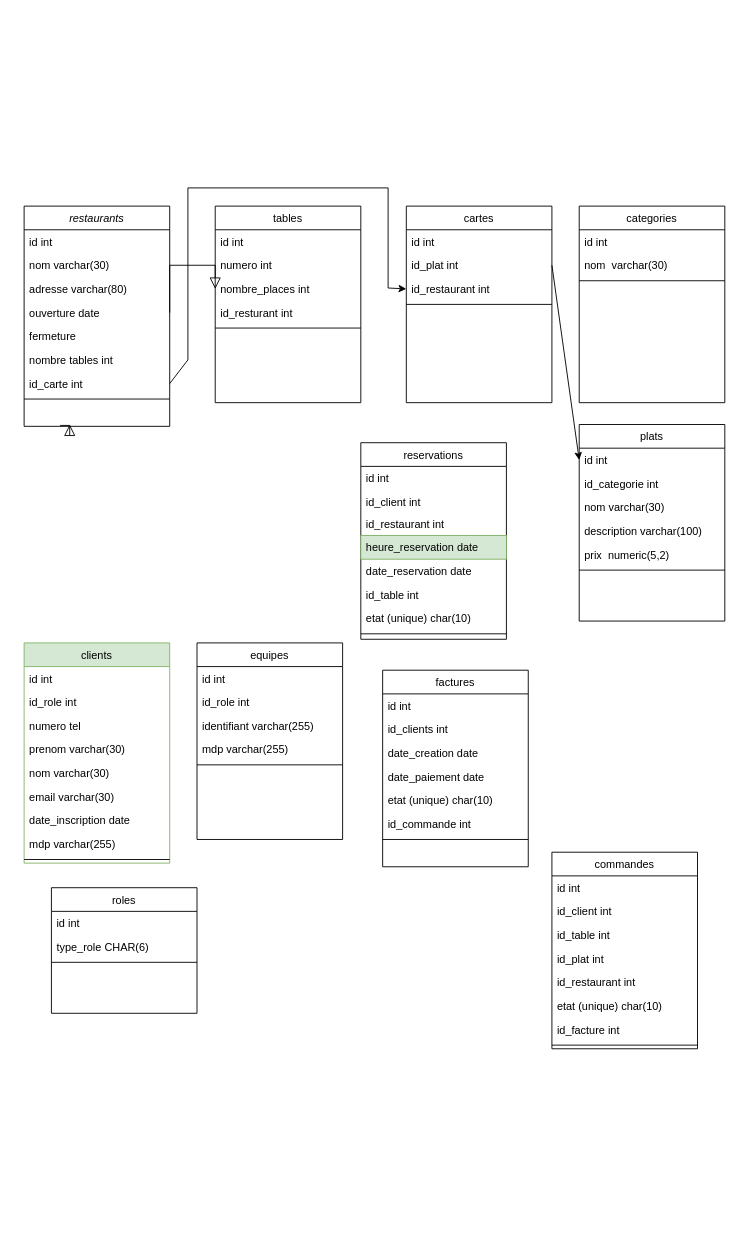
The draw.io diagram TPFilRouge.drawio in Owrow/ProjetFilRouge, before the edit. Source tidied: cells renumbered, new cells numbered last; positions are measured from the earlier drawing's top-left corner, leaving out a move shared by most shapes. Both pictures are drawn from the tidied source at 91%, with x=0, y=0 at pixel (24, 187).
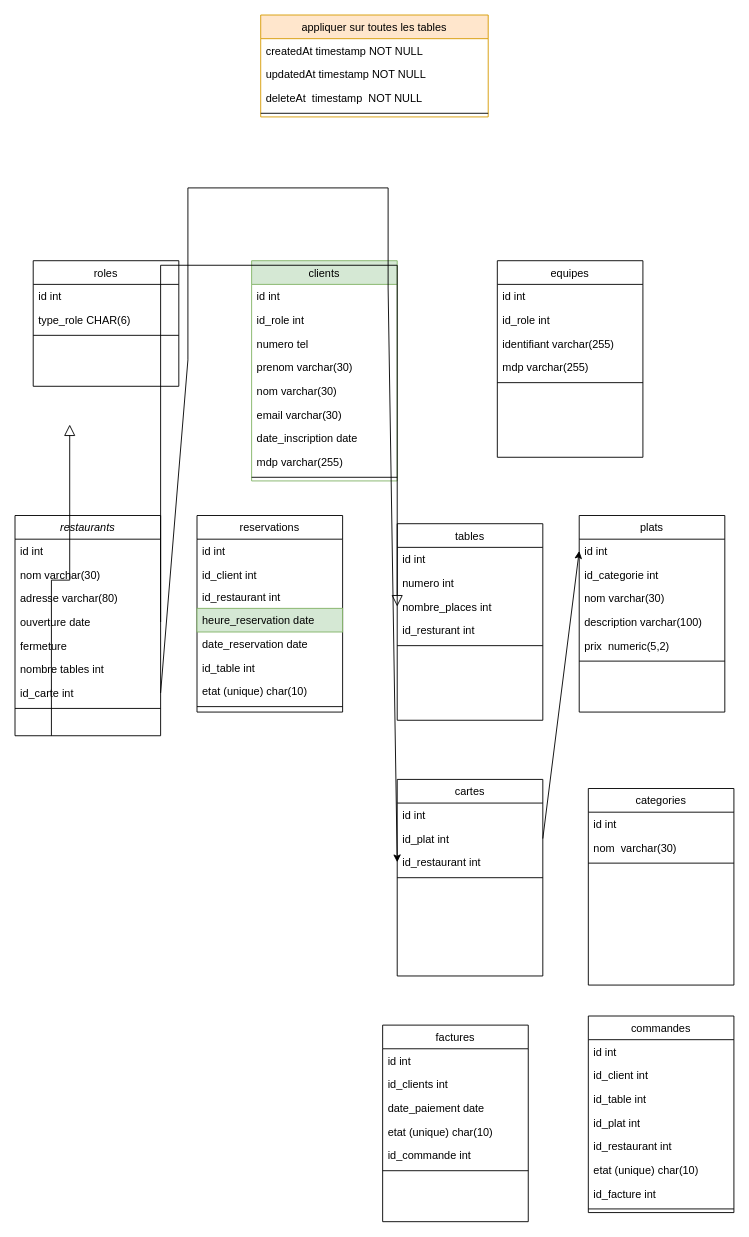
After the change.

Commit message:
Mettre à jour TPFilRouge.drawio

The edit, as a diff of the source:
```diff
@@
     <mxCell id="2" value="restaurants" style="swimlane;fontStyle=2;align=center;verticalAlign=top;horizontal=1;startSize=26;rounded=0;shadow=0;strokeWidth=1;" parent="1" vertex="1">
-      <mxGeometry y="20" width="160" height="242" as="geometry" />
+      <mxGeometry x="-10" y="360" width="160" height="242" as="geometry" />
     </mxCell>
@@
     <mxCell id="12" value="tables" style="swimlane;fontStyle=0;align=center;verticalAlign=top;horizontal=1;startSize=26;rounded=0;shadow=0;strokeWidth=1;" parent="1" vertex="1">
-      <mxGeometry x="210" y="20" width="160" height="216" as="geometry" />
+      <mxGeometry x="410" y="369" width="160" height="216" as="geometry" />
     </mxCell>
@@
     <mxCell id="18" value="cartes" style="swimlane;fontStyle=0;align=center;verticalAlign=top;horizontal=1;startSize=26;rounded=0;shadow=0;strokeWidth=1;" parent="1" vertex="1">
-      <mxGeometry x="420" y="20" width="160" height="216" as="geometry" />
+      <mxGeometry x="410" y="650" width="160" height="216" as="geometry" />
     </mxCell>
@@
     <mxCell id="23" value="categories" style="swimlane;fontStyle=0;align=center;verticalAlign=top;horizontal=1;startSize=26;rounded=0;shadow=0;strokeWidth=1;" parent="1" vertex="1">
-      <mxGeometry x="610" y="20" width="160" height="216" as="geometry" />
+      <mxGeometry x="620" y="660" width="160" height="216" as="geometry" />
     </mxCell>
@@
     <mxCell id="27" value="plats" style="swimlane;fontStyle=0;align=center;verticalAlign=top;horizontal=1;startSize=26;rounded=0;shadow=0;strokeWidth=1;" parent="1" vertex="1">
-      <mxGeometry x="610" y="260" width="160" height="216" as="geometry" />
+      <mxGeometry x="610" y="360" width="160" height="216" as="geometry" />
     </mxCell>
@@
     <mxCell id="34" value="clients" style="swimlane;fontStyle=0;align=center;verticalAlign=top;horizontal=1;startSize=26;rounded=0;shadow=0;strokeWidth=1;fillColor=#d5e8d4;strokeColor=#82b366;" parent="1" vertex="1">
-      <mxGeometry y="500" width="160" height="242" as="geometry" />
+      <mxGeometry x="250" y="80" width="160" height="242" as="geometry" />
     </mxCell>
@@
     <mxCell id="44" value="equipes" style="swimlane;fontStyle=0;align=center;verticalAlign=top;horizontal=1;startSize=26;rounded=0;shadow=0;strokeWidth=1;" parent="1" vertex="1">
-      <mxGeometry x="190" y="500" width="160" height="216" as="geometry" />
+      <mxGeometry x="520" y="80" width="160" height="216" as="geometry" />
     </mxCell>
@@
     <mxCell id="50" value="roles" style="swimlane;fontStyle=0;align=center;verticalAlign=top;horizontal=1;startSize=26;rounded=0;shadow=0;strokeWidth=1;" parent="1" vertex="1">
-      <mxGeometry x="30" y="769" width="160" height="138" as="geometry" />
+      <mxGeometry x="10" y="80" width="160" height="138" as="geometry" />
     </mxCell>
@@
     <mxCell id="54" value="reservations" style="swimlane;fontStyle=0;align=center;verticalAlign=top;horizontal=1;startSize=26;rounded=0;shadow=0;strokeWidth=1;" parent="1" vertex="1">
-      <mxGeometry x="370" y="280" width="160" height="216" as="geometry" />
+      <mxGeometry x="190" y="360" width="160" height="216" as="geometry" />
     </mxCell>
@@
     <mxCell id="63" value="factures" style="swimlane;fontStyle=0;align=center;verticalAlign=top;horizontal=1;startSize=26;rounded=0;shadow=0;strokeWidth=1;" parent="1" vertex="1">
-      <mxGeometry x="394" y="530" width="160" height="216" as="geometry" />
+      <mxGeometry x="394" y="920" width="160" height="216" as="geometry" />
     </mxCell>
@@
-    <mxCell id="66" value="date_creation date" style="text;align=left;verticalAlign=top;spacingLeft=4;spacingRight=4;overflow=hidden;rounded=0;shadow=0;html=0;" parent="63" vertex="1">
-      <mxGeometry y="78" width="160" height="26" as="geometry" />
-    </mxCell>
     <mxCell id="67" value="date_paiement date" style="text;align=left;verticalAlign=top;spacingLeft=4;spacingRight=4;overflow=hidden;rounded=0;shadow=0;html=0;" parent="63" vertex="1">
-      <mxGeometry y="104" width="160" height="26" as="geometry" />
+      <mxGeometry y="78" width="160" height="26" as="geometry" />
     </mxCell>
     <mxCell id="68" value="etat (unique) char(10)" style="text;align=left;verticalAlign=top;spacingLeft=4;spacingRight=4;overflow=hidden;rounded=0;shadow=0;html=0;" parent="63" vertex="1">
-      <mxGeometry y="130" width="160" height="26" as="geometry" />
+      <mxGeometry y="104" width="160" height="26" as="geometry" />
     </mxCell>
     <mxCell id="69" value="id_commande int" style="text;align=left;verticalAlign=top;spacingLeft=4;spacingRight=4;overflow=hidden;rounded=0;shadow=0;html=0;" parent="63" vertex="1">
-      <mxGeometry y="156" width="160" height="26" as="geometry" />
+      <mxGeometry y="130" width="160" height="26" as="geometry" />
     </mxCell>
     <mxCell id="70" style="line;html=1;strokeWidth=1;align=left;verticalAlign=middle;spacingTop=-1;spacingLeft=3;spacingRight=3;labelPosition=right;" parent="63" vertex="1">
-      <mxGeometry y="182" width="160" height="8" as="geometry" />
+      <mxGeometry y="156" width="160" height="8" as="geometry" />
     </mxCell>
     <mxCell id="71" value="commandes" style="swimlane;fontStyle=0;align=center;verticalAlign=top;horizontal=1;startSize=26;rounded=0;shadow=0;strokeWidth=1;" parent="1" vertex="1">
-      <mxGeometry x="580" y="730" width="160" height="216" as="geometry" />
+      <mxGeometry x="620" y="910" width="160" height="216" as="geometry" />
     </mxCell>
@@
+    <mxCell id="83" value="appliquer sur toutes les tables" style="swimlane;fontStyle=0;align=center;verticalAlign=top;horizontal=1;startSize=26;rounded=0;shadow=0;strokeWidth=1;fillColor=#ffe6cc;strokeColor=#d79b00;" parent="1" vertex="1">
+      <mxGeometry x="260" y="-190" width="250" height="112" as="geometry" />
+    </mxCell>
+    <mxCell id="84" value="createdAt timestamp NOT NULL" style="text;align=left;verticalAlign=top;spacingLeft=4;spacingRight=4;overflow=hidden;rounded=0;shadow=0;html=0;" parent="83" vertex="1">
+      <mxGeometry y="26" width="250" height="26" as="geometry" />
+    </mxCell>
+    <mxCell id="85" value="updatedAt timestamp NOT NULL" style="text;align=left;verticalAlign=top;spacingLeft=4;spacingRight=4;overflow=hidden;rounded=0;shadow=0;html=0;" parent="83" vertex="1">
+      <mxGeometry y="52" width="250" height="26" as="geometry" />
+    </mxCell>
+    <mxCell id="86" value="deleteAt  timestamp  NOT NULL" style="text;align=left;verticalAlign=top;spacingLeft=4;spacingRight=4;overflow=hidden;rounded=0;shadow=0;html=0;" parent="83" vertex="1">
+      <mxGeometry y="78" width="250" height="26" as="geometry" />
+    </mxCell>
+    <mxCell id="87" style="line;html=1;strokeWidth=1;align=left;verticalAlign=middle;spacingTop=-1;spacingLeft=3;spacingRight=3;labelPosition=right;" parent="83" vertex="1">
+      <mxGeometry y="104" width="250" height="8" as="geometry" />
+    </mxCell>
```
